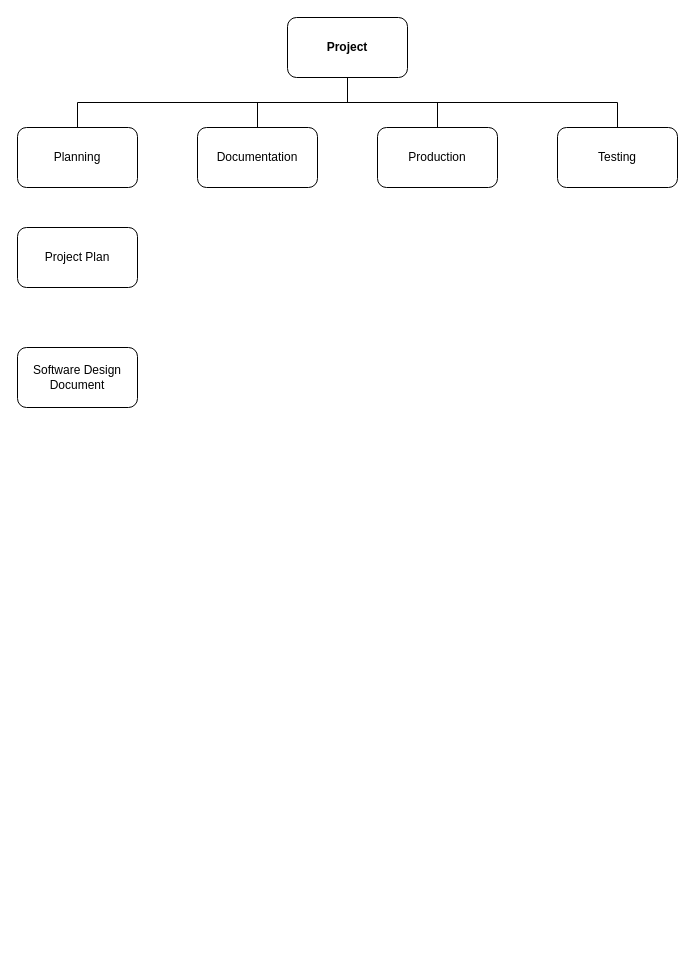
Harris-Huntington/2810ICT-2022-Assignment keeps this draw.io diagram as WBS.drawio. Above is the earlier version. Source tidied: cells renumbered, new cells numbered last; positions are measured from the earlier drawing's top-left corner, leaving out a move shared by most shapes. Both pictures are drawn from the tidied source at 100%, with x=0, y=0 at pixel (17, 17).
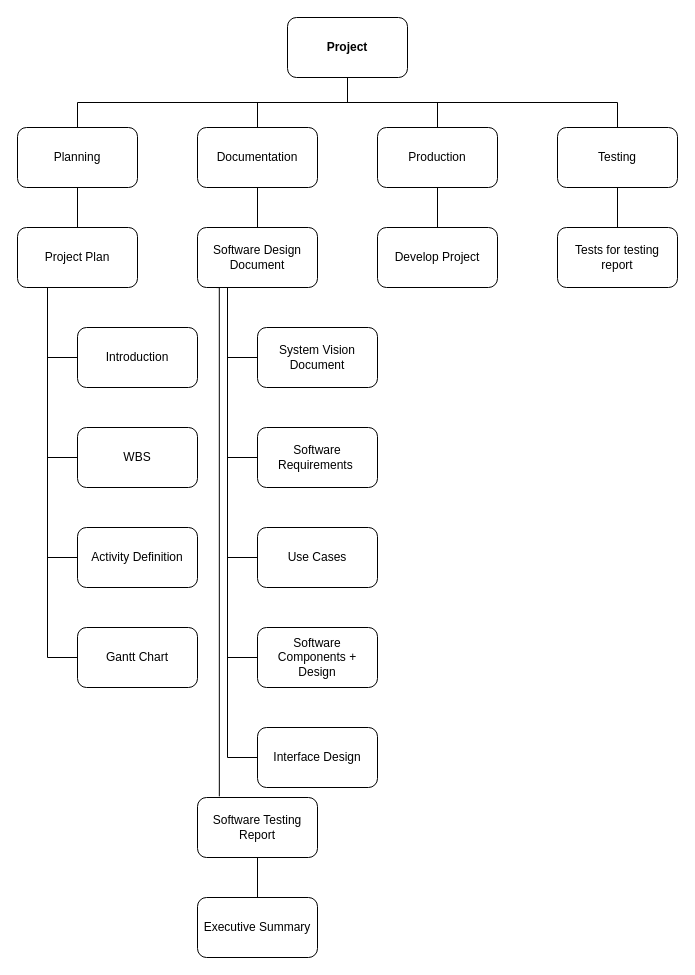
The same diagram, later.

Commit message (it also covers changes not shown here):
wbs nearing completion

Unchanged cells that the change refers to:
```xml
<mxCell id="7" value="Planning" style="rounded=1;whiteSpace=wrap;html=1;" parent="1" vertex="1">
  <mxGeometry y="110" width="120" height="60" as="geometry" />
</mxCell>
<mxCell id="8" value="Documentation" style="rounded=1;whiteSpace=wrap;html=1;" parent="1" vertex="1">
  <mxGeometry x="180" y="110" width="120" height="60" as="geometry" />
</mxCell>
<mxCell id="9" value="Production" style="rounded=1;whiteSpace=wrap;html=1;" parent="1" vertex="1">
  <mxGeometry x="360" y="110" width="120" height="60" as="geometry" />
</mxCell>
<mxCell id="10" value="Testing" style="rounded=1;whiteSpace=wrap;html=1;" parent="1" vertex="1">
  <mxGeometry x="540" y="110" width="120" height="60" as="geometry" />
</mxCell>
<mxCell id="11" value="Project Plan" style="rounded=1;whiteSpace=wrap;html=1;" parent="1" vertex="1">
  <mxGeometry y="210" width="120" height="60" as="geometry" />
</mxCell>
```

Diff of the diagram source:
```diff
@@
+    <mxCell id="13" style="edgeStyle=orthogonalEdgeStyle;rounded=0;jettySize=auto;html=1;entryX=0.5;entryY=0;entryDx=0;entryDy=0;endArrow=none;endFill=0;" parent="1" edge="1" source="7" target="11">
+      <mxGeometry relative="1" as="geometry" />
+    </mxCell>
@@
+    <mxCell id="14" style="edgeStyle=orthogonalEdgeStyle;rounded=0;jettySize=auto;html=1;exitX=0.5;exitY=1;exitDx=0;exitDy=0;entryX=0.5;entryY=0;entryDx=0;entryDy=0;endArrow=none;endFill=0;" parent="1" edge="1" source="8" target="12">
+      <mxGeometry relative="1" as="geometry" />
+    </mxCell>
@@
+    <mxCell id="15" style="edgeStyle=orthogonalEdgeStyle;rounded=0;jettySize=auto;html=1;exitX=0.5;exitY=1;exitDx=0;exitDy=0;entryX=0.5;entryY=0;entryDx=0;entryDy=0;endArrow=none;endFill=0;" parent="1" edge="1" source="9" target="40">
+      <mxGeometry relative="1" as="geometry" />
+    </mxCell>
@@
+    <mxCell id="16" style="edgeStyle=orthogonalEdgeStyle;rounded=0;jettySize=auto;html=1;exitX=0.5;exitY=1;exitDx=0;exitDy=0;entryX=0.5;entryY=0;entryDx=0;entryDy=0;endArrow=none;endFill=0;" parent="1" edge="1" source="10" target="39">
+      <mxGeometry relative="1" as="geometry" />
+    </mxCell>
@@
+    <mxCell id="17" style="edgeStyle=orthogonalEdgeStyle;rounded=0;jettySize=auto;html=1;exitX=0.25;exitY=1;exitDx=0;exitDy=0;entryX=0;entryY=0.5;entryDx=0;entryDy=0;endArrow=none;endFill=0;" parent="1" edge="1" source="11" target="27">
+      <mxGeometry relative="1" as="geometry" />
+    </mxCell>
+    <mxCell id="18" style="edgeStyle=orthogonalEdgeStyle;rounded=0;jettySize=auto;html=1;exitX=0.25;exitY=1;exitDx=0;exitDy=0;entryX=0;entryY=0.5;entryDx=0;entryDy=0;endArrow=none;endFill=0;" parent="1" edge="1" source="11" target="28">
+      <mxGeometry relative="1" as="geometry" />
+    </mxCell>
+    <mxCell id="19" style="edgeStyle=orthogonalEdgeStyle;rounded=0;jettySize=auto;html=1;exitX=0.25;exitY=1;exitDx=0;exitDy=0;entryX=0;entryY=0.5;entryDx=0;entryDy=0;endArrow=none;endFill=0;" parent="1" edge="1" source="11" target="29">
+      <mxGeometry relative="1" as="geometry" />
+    </mxCell>
+    <mxCell id="20" style="edgeStyle=orthogonalEdgeStyle;rounded=0;jettySize=auto;html=1;exitX=0.25;exitY=1;exitDx=0;exitDy=0;entryX=0;entryY=0.5;entryDx=0;entryDy=0;endArrow=none;endFill=0;" parent="1" edge="1" source="11" target="30">
+      <mxGeometry relative="1" as="geometry" />
+    </mxCell>
@@
+    <mxCell id="21" style="edgeStyle=orthogonalEdgeStyle;rounded=0;jettySize=auto;html=1;exitX=0.25;exitY=1;exitDx=0;exitDy=0;entryX=0;entryY=0.5;entryDx=0;entryDy=0;endArrow=none;endFill=0;" parent="1" edge="1" source="12" target="31">
+      <mxGeometry relative="1" as="geometry" />
+    </mxCell>
+    <mxCell id="22" style="edgeStyle=orthogonalEdgeStyle;rounded=0;jettySize=auto;html=1;exitX=0.25;exitY=1;exitDx=0;exitDy=0;entryX=0;entryY=0.5;entryDx=0;entryDy=0;endArrow=none;endFill=0;" parent="1" edge="1" source="12" target="32">
+      <mxGeometry relative="1" as="geometry" />
+    </mxCell>
+    <mxCell id="23" style="edgeStyle=orthogonalEdgeStyle;rounded=0;jettySize=auto;html=1;exitX=0.25;exitY=1;exitDx=0;exitDy=0;entryX=0;entryY=0.5;entryDx=0;entryDy=0;endArrow=none;endFill=0;" parent="1" edge="1" source="12" target="33">
+      <mxGeometry relative="1" as="geometry" />
+    </mxCell>
+    <mxCell id="24" style="edgeStyle=orthogonalEdgeStyle;rounded=0;jettySize=auto;html=1;exitX=0.25;exitY=1;exitDx=0;exitDy=0;entryX=0;entryY=0.5;entryDx=0;entryDy=0;endArrow=none;endFill=0;" parent="1" edge="1" source="12" target="34">
+      <mxGeometry relative="1" as="geometry" />
+    </mxCell>
+    <mxCell id="25" style="edgeStyle=orthogonalEdgeStyle;rounded=0;jettySize=auto;html=1;exitX=0.25;exitY=1;exitDx=0;exitDy=0;entryX=0;entryY=0.5;entryDx=0;entryDy=0;endArrow=none;endFill=0;" parent="1" edge="1" source="12" target="35">
+      <mxGeometry relative="1" as="geometry" />
+    </mxCell>
+    <mxCell id="26" style="edgeStyle=orthogonalEdgeStyle;rounded=0;jettySize=auto;html=1;exitX=0.156;exitY=1.001;exitDx=0;exitDy=0;entryX=0.182;entryY=-0.019;entryDx=0;entryDy=0;entryPerimeter=0;endArrow=none;endFill=0;exitPerimeter=0;" parent="1" edge="1" source="12" target="37">
+      <mxGeometry relative="1" as="geometry">
+        <Array as="points">
+          <mxPoint x="202" y="270" />
+        </Array>
+      </mxGeometry>
+    </mxCell>
     <mxCell id="12" value="Software Design Document" style="rounded=1;whiteSpace=wrap;html=1;" parent="1" vertex="1">
-      <mxGeometry y="330" width="120" height="60" as="geometry" />
+      <mxGeometry x="180" y="210" width="120" height="60" as="geometry" />
     </mxCell>
+    <mxCell id="27" value="Introduction" style="rounded=1;whiteSpace=wrap;html=1;" parent="1" vertex="1">
+      <mxGeometry x="60" y="310" width="120" height="60" as="geometry" />
+    </mxCell>
+    <mxCell id="28" value="WBS" style="rounded=1;whiteSpace=wrap;html=1;" parent="1" vertex="1">
+      <mxGeometry x="60" y="410" width="120" height="60" as="geometry" />
+    </mxCell>
+    <mxCell id="29" value="Activity Definition" style="rounded=1;whiteSpace=wrap;html=1;" parent="1" vertex="1">
+      <mxGeometry x="60" y="510" width="120" height="60" as="geometry" />
+    </mxCell>
+    <mxCell id="30" value="Gantt Chart" style="rounded=1;whiteSpace=wrap;html=1;" parent="1" vertex="1">
+      <mxGeometry x="60" y="610" width="120" height="60" as="geometry" />
+    </mxCell>
+    <mxCell id="31" value="System Vision Document" style="rounded=1;whiteSpace=wrap;html=1;" parent="1" vertex="1">
+      <mxGeometry x="240" y="310" width="120" height="60" as="geometry" />
+    </mxCell>
+    <mxCell id="32" value="Software Requirements&amp;nbsp;" style="rounded=1;whiteSpace=wrap;html=1;" parent="1" vertex="1">
+      <mxGeometry x="240" y="410" width="120" height="60" as="geometry" />
+    </mxCell>
+    <mxCell id="33" value="Use Cases" style="rounded=1;whiteSpace=wrap;html=1;" parent="1" vertex="1">
+      <mxGeometry x="240" y="510" width="120" height="60" as="geometry" />
+    </mxCell>
+    <mxCell id="34" value="Software Components + Design" style="rounded=1;whiteSpace=wrap;html=1;" parent="1" vertex="1">
+      <mxGeometry x="240" y="610" width="120" height="60" as="geometry" />
+    </mxCell>
+    <mxCell id="35" value="Interface Design" style="rounded=1;whiteSpace=wrap;html=1;" parent="1" vertex="1">
+      <mxGeometry x="240" y="710" width="120" height="60" as="geometry" />
+    </mxCell>
+    <mxCell id="36" style="edgeStyle=orthogonalEdgeStyle;rounded=0;jettySize=auto;html=1;exitX=0.5;exitY=1;exitDx=0;exitDy=0;endArrow=none;endFill=0;" parent="1" edge="1" source="37" target="38">
+      <mxGeometry relative="1" as="geometry" />
+    </mxCell>
+    <mxCell id="37" value="Software Testing Report" style="rounded=1;whiteSpace=wrap;html=1;" parent="1" vertex="1">
+      <mxGeometry x="180" y="780" width="120" height="60" as="geometry" />
+    </mxCell>
+    <mxCell id="38" value="Executive Summary" style="rounded=1;whiteSpace=wrap;html=1;" parent="1" vertex="1">
+      <mxGeometry x="180" y="880" width="120" height="60" as="geometry" />
+    </mxCell>
+    <mxCell id="39" value="Tests for testing report" style="rounded=1;whiteSpace=wrap;html=1;" parent="1" vertex="1">
+      <mxGeometry x="540" y="210" width="120" height="60" as="geometry" />
+    </mxCell>
+    <mxCell id="40" value="Develop Project" style="rounded=1;whiteSpace=wrap;html=1;" parent="1" vertex="1">
+      <mxGeometry x="360" y="210" width="120" height="60" as="geometry" />
+    </mxCell>
```
